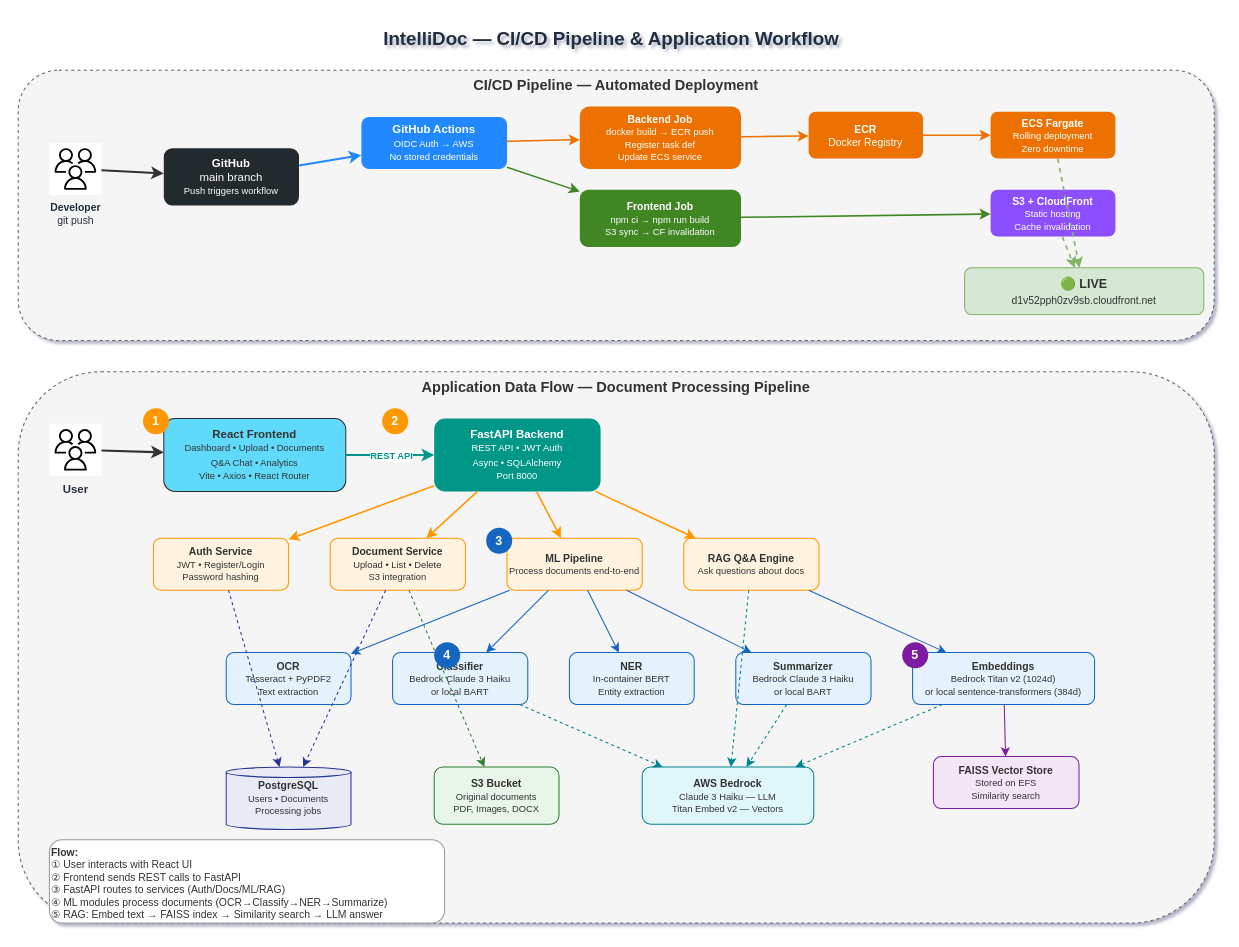
This is page "CI/CD & Project Workflow" (2 of 2) of docs/intellidoc-architecture.drawio from manan-monani/Intellidoc, a draw.io file, before an edit. Source tidied: cells renumbered, new cells numbered last; positions are measured from the earlier drawing's top-left corner, leaving out a move shared by most shapes. Both pictures are drawn from the tidied source at 104%, with x=0, y=0 at pixel (18, 18).
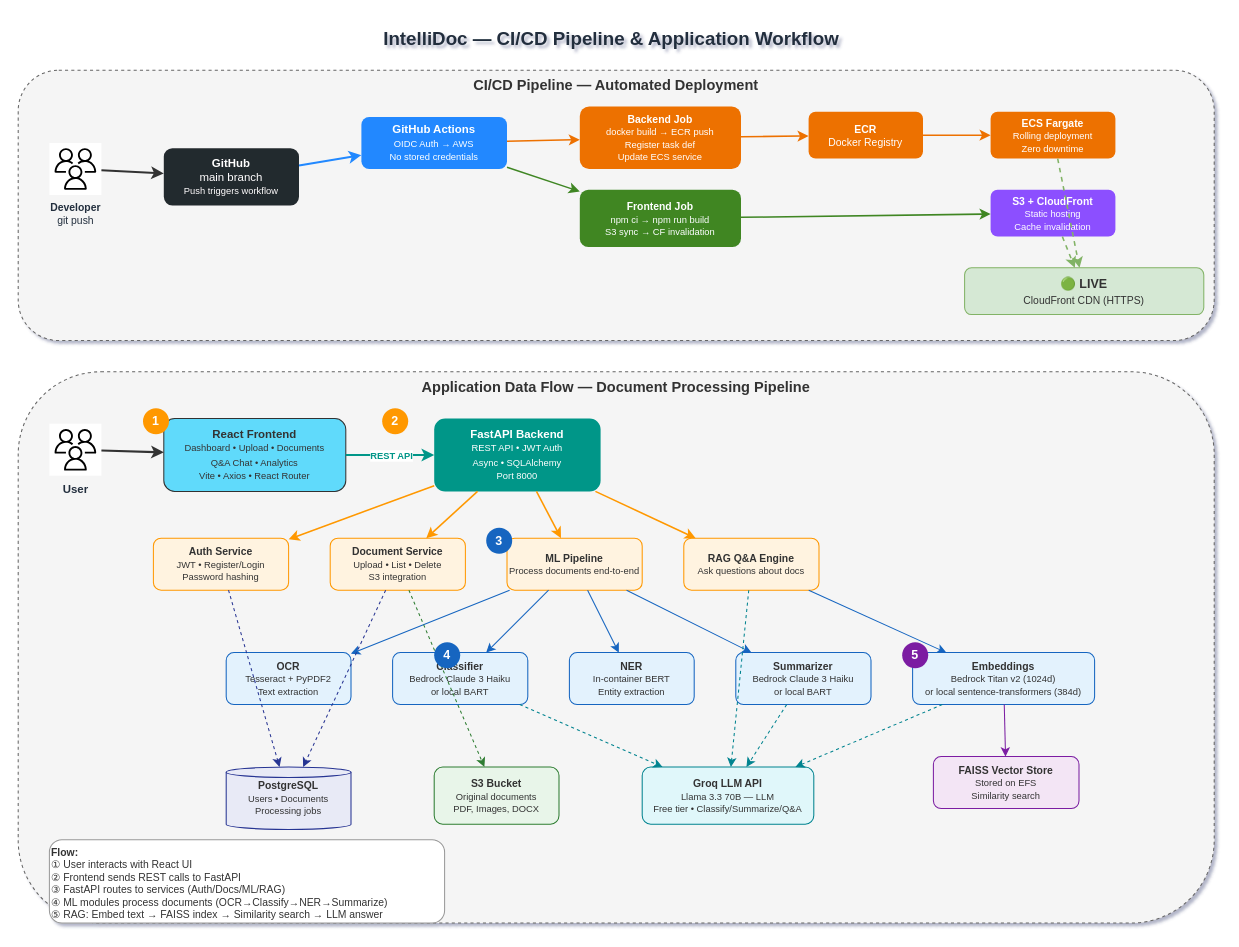
The same diagram, later.

Commit message (it also covers changes not shown here):
fix: S3 upload using IAM role, add Groq LLM (replaces Bedrock), clean diagram

Unchanged cells that the change refers to:
```xml
<mxCell id="3" value="&lt;b&gt;CI/CD Pipeline — Automated Deployment&lt;/b&gt;" style="rounded=1;whiteSpace=wrap;html=1;fillColor=#F5F5F5;strokeColor=#666666;verticalAlign=top;fontColor=#333333;fontSize=14;dashed=1;" parent="1" vertex="1">
  <mxGeometry y="50" width="1150" height="260" as="geometry" />
</mxCell>
<mxCell id="22" value="&lt;b&gt;Application Data Flow — Document Processing Pipeline&lt;/b&gt;" style="rounded=1;whiteSpace=wrap;html=1;fillColor=#F5F5F5;strokeColor=#666666;verticalAlign=top;fontColor=#333333;fontSize=14;dashed=1;" parent="1" vertex="1">
  <mxGeometry y="340" width="1150" height="530" as="geometry" />
</mxCell>
```

What changed in the source:
```diff
@@
-    <mxCell id="12" value="&lt;b&gt;🟢 LIVE&lt;/b&gt;&lt;br&gt;&lt;font style=&quot;font-size:10px&quot;&gt;d1v52pph0zv9sb.cloudfront.net&lt;/font&gt;" style="rounded=1;whiteSpace=wrap;html=1;fillColor=#D5E8D4;strokeColor=#82B366;fontSize=12;verticalAlign=middle;fontColor=#333333;" parent="3" vertex="1">
+    <mxCell id="12" value="&lt;b&gt;🟢 LIVE&lt;/b&gt;&lt;br&gt;&lt;font style=&quot;font-size:10px&quot;&gt;CloudFront CDN (HTTPS)&lt;/font&gt;" style="rounded=1;whiteSpace=wrap;html=1;fillColor=#D5E8D4;strokeColor=#82B366;fontSize=12;verticalAlign=middle;fontColor=#333333;" parent="3" vertex="1">
       <mxGeometry x="910" y="190" width="230" height="45" as="geometry" />
     </mxCell>
@@
-    <mxCell id="38" value="&lt;b&gt;AWS Bedrock&lt;/b&gt;&lt;br&gt;&lt;font style=&quot;font-size:9px&quot;&gt;Claude 3 Haiku — LLM&lt;br&gt;Titan Embed v2 — Vectors&lt;/font&gt;" style="rounded=1;whiteSpace=wrap;html=1;fillColor=#E0F7FA;fontColor=#333333;strokeColor=#00838F;fontSize=10;verticalAlign=middle;" parent="22" vertex="1">
+    <mxCell id="38" value="&lt;b&gt;Groq LLM API&lt;/b&gt;&lt;br&gt;&lt;font style=&quot;font-size:9px&quot;&gt;Llama 3.3 70B — LLM&lt;br&gt;Free tier • Classify/Summarize/Q&amp;amp;A&lt;/font&gt;" style="rounded=1;whiteSpace=wrap;html=1;fillColor=#E0F7FA;fontColor=#333333;strokeColor=#00838F;fontSize=10;verticalAlign=middle;" parent="22" vertex="1">
       <mxGeometry x="600" y="380" width="165" height="55" as="geometry" />
     </mxCell>
```
